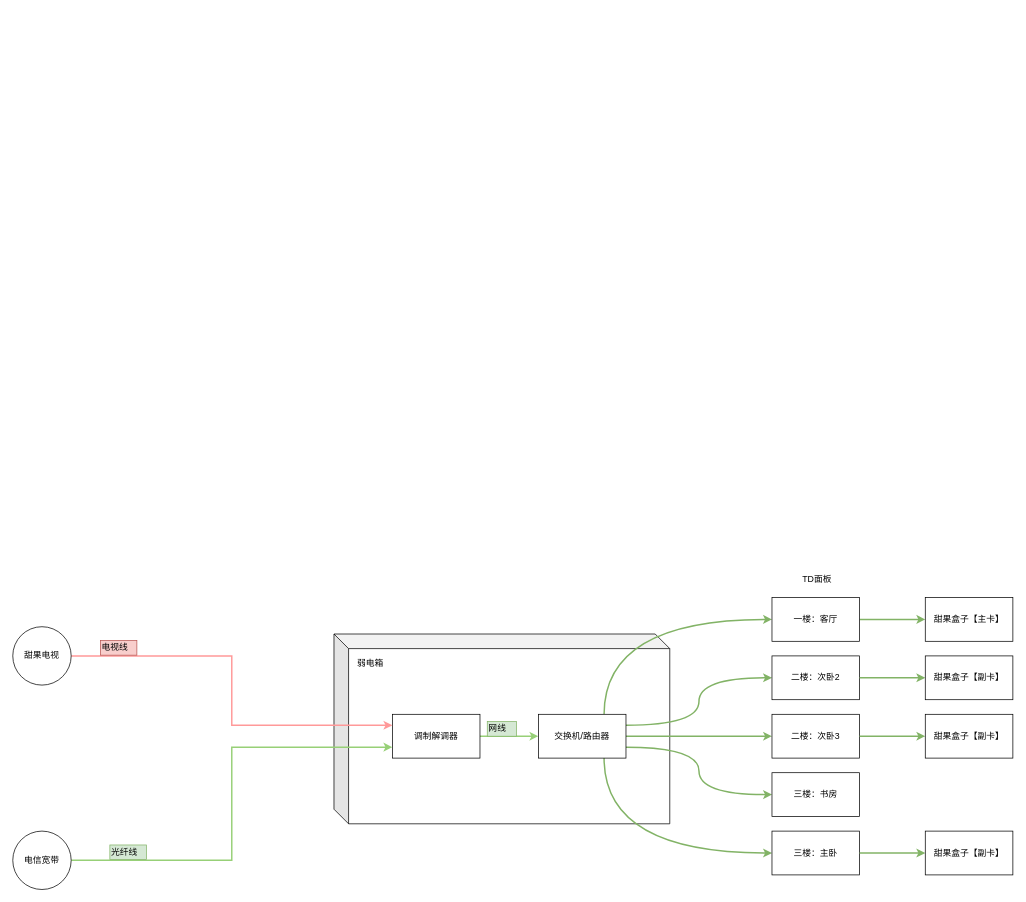
This is Network/家庭网络覆盖方案.drawio from androidjp/draw-io-note, a draw.io file, before an edit. Source tidied: cells renumbered, new cells numbered last; positions are measured from the earlier drawing's top-left corner, leaving out a move shared by most shapes. Both pictures are drawn from the tidied source at 73%, with x=0, y=0 at pixel (12, 572).
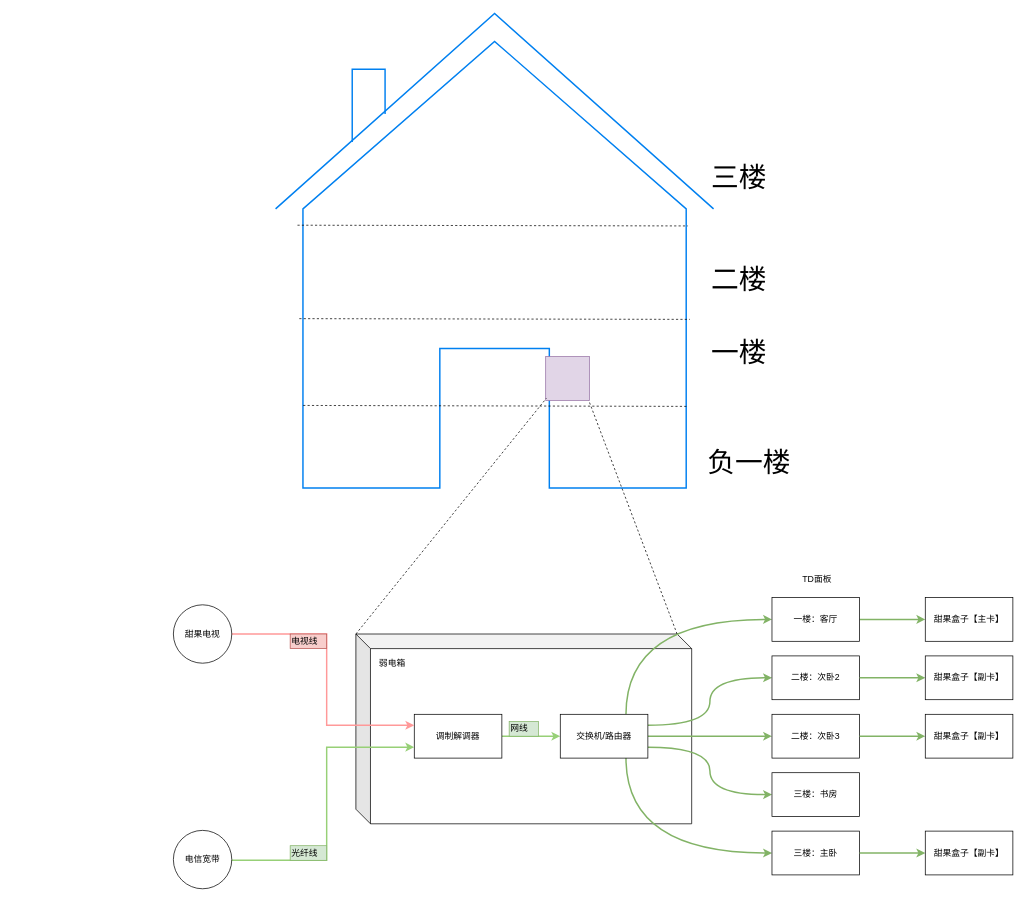
Above is the later version.

Commit message:
Update 家庭网络覆盖方案.drawio

Change to the diagram source:
```diff
@@
     <mxCell id="2" style="shape=cube;whiteSpace=wrap;html=1;boundedLbl=1;backgroundOutline=1;darkOpacity=0.05;darkOpacity2=0.1;" parent="1" vertex="1">
-      <mxGeometry x="440" y="85" width="460" height="260" as="geometry" />
+      <mxGeometry x="470" y="85" width="460" height="260" as="geometry" />
     </mxCell>
@@
     <mxCell id="4" value="调制解调器" style="rounded=0;whiteSpace=wrap;html=1;" parent="1" vertex="1">
-      <mxGeometry x="520" y="195" width="120" height="60" as="geometry" />
+      <mxGeometry x="550" y="195" width="120" height="60" as="geometry" />
     </mxCell>
@@
     <mxCell id="10" value="交换机/路由器" style="rounded=0;whiteSpace=wrap;html=1;" parent="1" vertex="1">
-      <mxGeometry x="720" y="195" width="120" height="60" as="geometry" />
+      <mxGeometry x="750" y="195" width="120" height="60" as="geometry" />
     </mxCell>
@@
     <mxCell id="14" style="edgeStyle=orthogonalEdgeStyle;rounded=0;jettySize=auto;html=1;exitX=1;exitY=0.5;exitDx=0;exitDy=0;entryX=0;entryY=0.75;entryDx=0;entryDy=0;strokeWidth=2;strokeColor=#97D077;" parent="1" edge="1" source="15" target="4">
       <mxGeometry relative="1" as="geometry">
         <Array as="points">
           <mxPoint x="300" y="395" />
-          <mxPoint x="300" y="240" />
+          <mxPoint x="430" y="395" />
+          <mxPoint x="430" y="240" />
         </Array>
       </mxGeometry>
     </mxCell>
     <mxCell id="15" value="电信宽带" style="ellipse;whiteSpace=wrap;html=1;" parent="1" vertex="1">
-      <mxGeometry y="355" width="80" height="80" as="geometry" />
+      <mxGeometry x="220" y="354" width="80" height="80" as="geometry" />
     </mxCell>
     <mxCell id="16" value="弱电箱" style="text;html=1;align=left;verticalAlign=top;spacingTop=-4;" parent="1" vertex="1">
-      <mxGeometry x="470" y="115" width="50" height="20" as="geometry" />
+      <mxGeometry x="500" y="115" width="50" height="20" as="geometry" />
     </mxCell>
     <mxCell id="17" style="edgeStyle=orthogonalEdgeStyle;rounded=0;jettySize=auto;html=1;exitX=1;exitY=0.5;exitDx=0;exitDy=0;entryX=0;entryY=0.25;entryDx=0;entryDy=0;strokeWidth=2;strokeColor=#FF9999;" parent="1" edge="1" source="18" target="4">
-      <mxGeometry relative="1" as="geometry" />
+      <mxGeometry relative="1" as="geometry">
+        <Array as="points">
+          <mxPoint x="430" y="85" />
+          <mxPoint x="430" y="210" />
+        </Array>
+      </mxGeometry>
     </mxCell>
     <mxCell id="18" value="甜果电视" style="ellipse;whiteSpace=wrap;html=1;" parent="1" vertex="1">
-      <mxGeometry y="75" width="80" height="80" as="geometry" />
+      <mxGeometry x="220" y="45" width="80" height="80" as="geometry" />
     </mxCell>
     <mxCell id="19" value="电视线" style="text;html=1;align=left;verticalAlign=top;spacingTop=-4;fillColor=#f8cecc;strokeColor=#b85450;" parent="1" vertex="1">
-      <mxGeometry x="120" y="94" width="50" height="20" as="geometry" />
+      <mxGeometry x="380" y="85" width="50" height="20" as="geometry" />
     </mxCell>
     <mxCell id="20" value="光纤线" style="text;html=1;align=left;verticalAlign=top;spacingTop=-4;fillColor=#d5e8d4;strokeColor=#82b366;" parent="1" vertex="1">
-      <mxGeometry x="133" y="374" width="50" height="20" as="geometry" />
+      <mxGeometry x="380" y="375" width="50" height="20" as="geometry" />
     </mxCell>
@@
     <mxCell id="26" value="网线" style="text;html=1;align=left;verticalAlign=top;spacingTop=-4;fillColor=#d5e8d4;strokeColor=#82b366;" parent="1" vertex="1">
-      <mxGeometry x="650" y="205" width="40" height="20" as="geometry" />
+      <mxGeometry x="680" y="205" width="40" height="20" as="geometry" />
     </mxCell>
@@
+    <mxCell id="33" style="html=1;verticalLabelPosition=bottom;align=center;labelBackgroundColor=#ffffff;verticalAlign=top;strokeWidth=2;strokeColor=#0080F0;fillColor=#ffffff;shadow=0;dashed=0;shape=mxgraph.ios7.icons.home;" parent="1" vertex="1">
+      <mxGeometry x="360" y="-765" width="600" height="650" as="geometry" />
+    </mxCell>
+    <mxCell id="34" style="endArrow=none;dashed=1;html=1;entryX=0.94;entryY=0.828;entryDx=0;entryDy=0;entryPerimeter=0;exitX=0.063;exitY=0.826;exitDx=0;exitDy=0;exitPerimeter=0;" parent="1" edge="1" source="33" target="33">
+      <mxGeometry relative="1" as="geometry" />
+    </mxCell>
+    <mxCell id="35" value="&lt;font style=&quot;font-size: 38px&quot;&gt;负一楼&lt;/font&gt;" style="text;html=1;align=left;verticalAlign=top;spacingTop=-4;" parent="1" vertex="1">
+      <mxGeometry x="950" y="-175" width="130" height="20" as="geometry" />
+    </mxCell>
+    <mxCell id="36" value="&lt;font style=&quot;font-size: 38px&quot;&gt;一楼&lt;/font&gt;" style="text;html=1;align=left;verticalAlign=top;spacingTop=-4;" parent="1" vertex="1">
+      <mxGeometry x="955" y="-325" width="90" height="20" as="geometry" />
+    </mxCell>
+    <mxCell id="37" value="&lt;font style=&quot;font-size: 38px&quot;&gt;二楼&lt;/font&gt;" style="text;html=1;align=left;verticalAlign=top;spacingTop=-4;" parent="1" vertex="1">
+      <mxGeometry x="955" y="-425" width="90" height="20" as="geometry" />
+    </mxCell>
+    <mxCell id="38" style="endArrow=none;dashed=1;html=1;entryX=0.942;entryY=0.752;entryDx=0;entryDy=0;entryPerimeter=0;" parent="1" edge="1">
+      <mxGeometry relative="1" as="geometry">
+        <mxPoint x="392.5" y="-347" as="sourcePoint" />
+        <mxPoint x="927.5" y="-346" as="targetPoint" />
+      </mxGeometry>
+    </mxCell>
+    <mxCell id="39" style="endArrow=none;dashed=1;html=1;entryX=0.942;entryY=0.752;entryDx=0;entryDy=0;entryPerimeter=0;" parent="1" edge="1">
+      <mxGeometry relative="1" as="geometry">
+        <mxPoint x="390" y="-475" as="sourcePoint" />
+        <mxPoint x="925" y="-474" as="targetPoint" />
+      </mxGeometry>
+    </mxCell>
+    <mxCell id="40" value="&lt;font style=&quot;font-size: 38px&quot;&gt;三楼&lt;/font&gt;" style="text;html=1;align=left;verticalAlign=top;spacingTop=-4;" parent="1" vertex="1">
+      <mxGeometry x="955" y="-565" width="90" height="20" as="geometry" />
+    </mxCell>
+    <mxCell id="41" style="rounded=0;whiteSpace=wrap;html=1;fillColor=#e1d5e7;strokeColor=#9673a6;" parent="1" vertex="1">
+      <mxGeometry x="730" y="-295" width="60" height="60" as="geometry" />
+    </mxCell>
+    <mxCell id="42" style="endArrow=none;dashed=1;html=1;entryX=0.017;entryY=0.95;entryDx=0;entryDy=0;entryPerimeter=0;exitX=0;exitY=0;exitDx=0;exitDy=0;exitPerimeter=0;" parent="1" edge="1" source="2" target="41">
+      <mxGeometry relative="1" as="geometry" />
+    </mxCell>
+    <mxCell id="43" style="endArrow=none;dashed=1;html=1;entryX=0.983;entryY=1;entryDx=0;entryDy=0;entryPerimeter=0;exitX=0;exitY=0;exitDx=440;exitDy=0;exitPerimeter=0;" parent="1" edge="1" source="2" target="41">
+      <mxGeometry relative="1" as="geometry" />
+    </mxCell>
```
